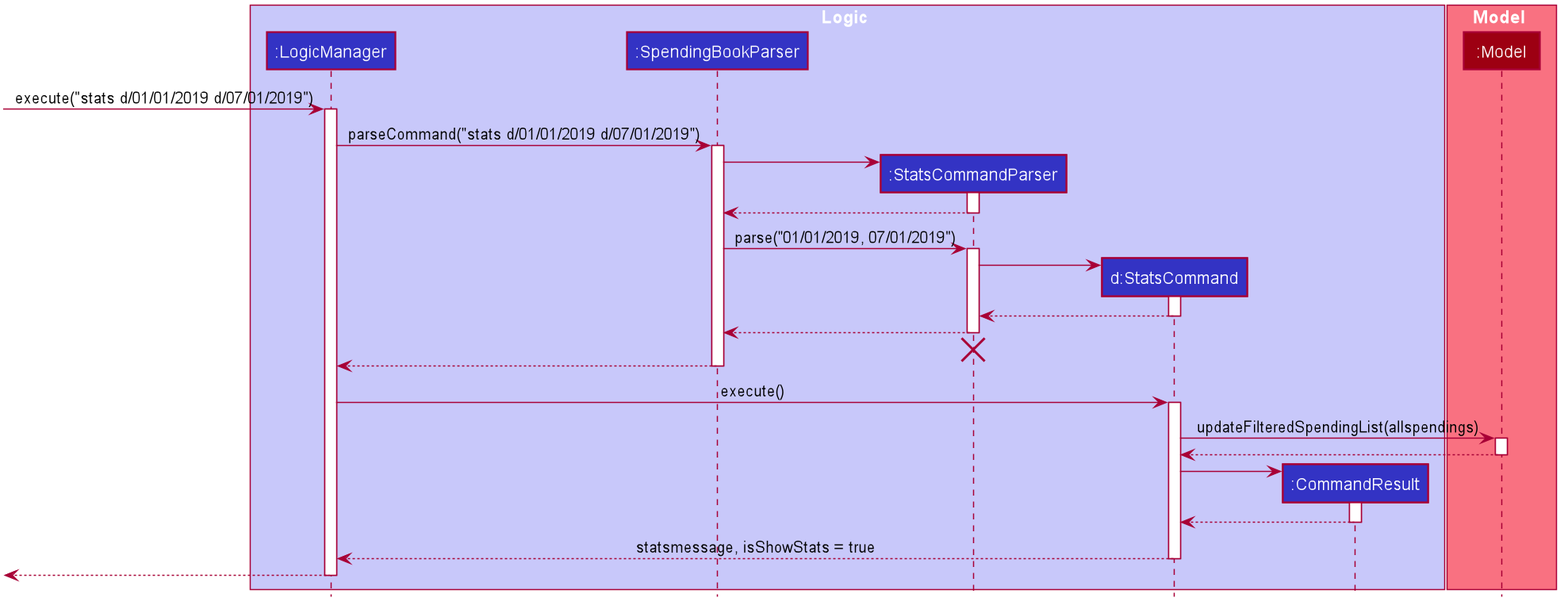
nus-cs2103-AY1920S1/addressbook-level3 keeps this PlantUML diagram as docs/images/StatsSequenceDiagram.png. Above is the earlier version. Source of this version:
```plantuml
@startuml








skinparam BackgroundColor #FFFFFFF

skinparam Shadowing false

skinparam Class {
    FontColor #FFFFFF
    BorderThickness 1
    BorderColor #FFFFFF
    StereotypeFontColor #FFFFFF
    FontName Arial
}

skinparam Actor {
    BorderColor #000000
    Color #000000
    FontName Arial
}

skinparam Sequence {
    MessageAlign center
    BoxFontSize 15
    BoxPadding 0
    BoxFontColor #FFFFFF
    FontName Arial
}

skinparam Participant {
    FontColor #FFFFFFF
    Padding 20
}

skinparam MinClassWidth 50
skinparam ParticipantPadding 10
skinparam Shadowing false
skinparam DefaultTextAlignment center
skinparam packageStyle Rectangle

hide footbox
hide members
hide circle

box Logic #C8C8FA
participant ":LogicManager" as LogicManager #3333C4
participant ":SpendingBookParser" as SpendingBookParser #3333C4
participant ":StatsCommandParser" as StatsCommandParser #3333C4
participant "d:StatsCommand" as StatsCommand #3333C4
participant ":CommandResult" as CommandResult #3333C4
end box

box Model #F97181
participant ":Model" as Model #9D0012
end box

[-> LogicManager : execute("stats d/01/01/2019 d/07/01/2019")
activate LogicManager

LogicManager -> SpendingBookParser : parseCommand("stats d/01/01/2019 d/07/01/2019")
activate SpendingBookParser

create StatsCommandParser
SpendingBookParser -> StatsCommandParser
activate StatsCommandParser

StatsCommandParser --> SpendingBookParser
deactivate StatsCommandParser

SpendingBookParser -> StatsCommandParser : parse("01/01/2019, 07/01/2019")
activate StatsCommandParser

create StatsCommand
StatsCommandParser -> StatsCommand
activate StatsCommand

StatsCommand --> StatsCommandParser
deactivate StatsCommand

StatsCommandParser --> SpendingBookParser
deactivate StatsCommandParser
StatsCommandParser -[hidden]-> SpendingBookParser
destroy StatsCommandParser

SpendingBookParser --> LogicManager
deactivate SpendingBookParser

LogicManager -> StatsCommand : execute()
activate StatsCommand

StatsCommand -> Model : updateFilteredSpendingList(allspendings)
activate Model

Model --> StatsCommand
deactivate Model

create CommandResult
StatsCommand -> CommandResult
activate CommandResult

CommandResult --> StatsCommand
deactivate CommandResult

StatsCommand --> LogicManager : statsmessage, isShowStats = true
deactivate StatsCommand

[<--LogicManager
deactivate LogicManager
@enduml
```
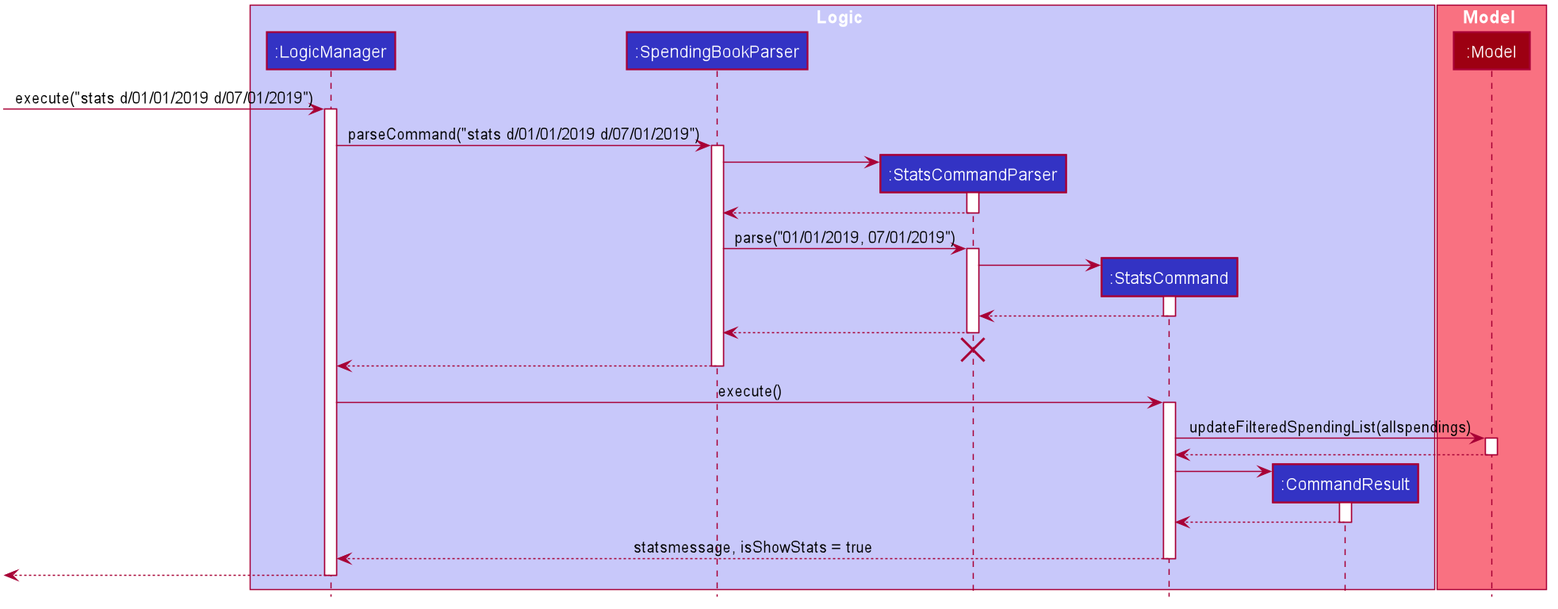
After the commit.

Commit message:
Update Sequence Diagrams

Change to the diagram source:
```diff
@@ -52,7 +52,7 @@
 participant ":LogicManager" as LogicManager #3333C4
 participant ":SpendingBookParser" as SpendingBookParser #3333C4
 participant ":StatsCommandParser" as StatsCommandParser #3333C4
-participant "d:StatsCommand" as StatsCommand #3333C4
+participant ":StatsCommand" as StatsCommand #3333C4
 participant ":CommandResult" as CommandResult #3333C4
 end box
 
```
